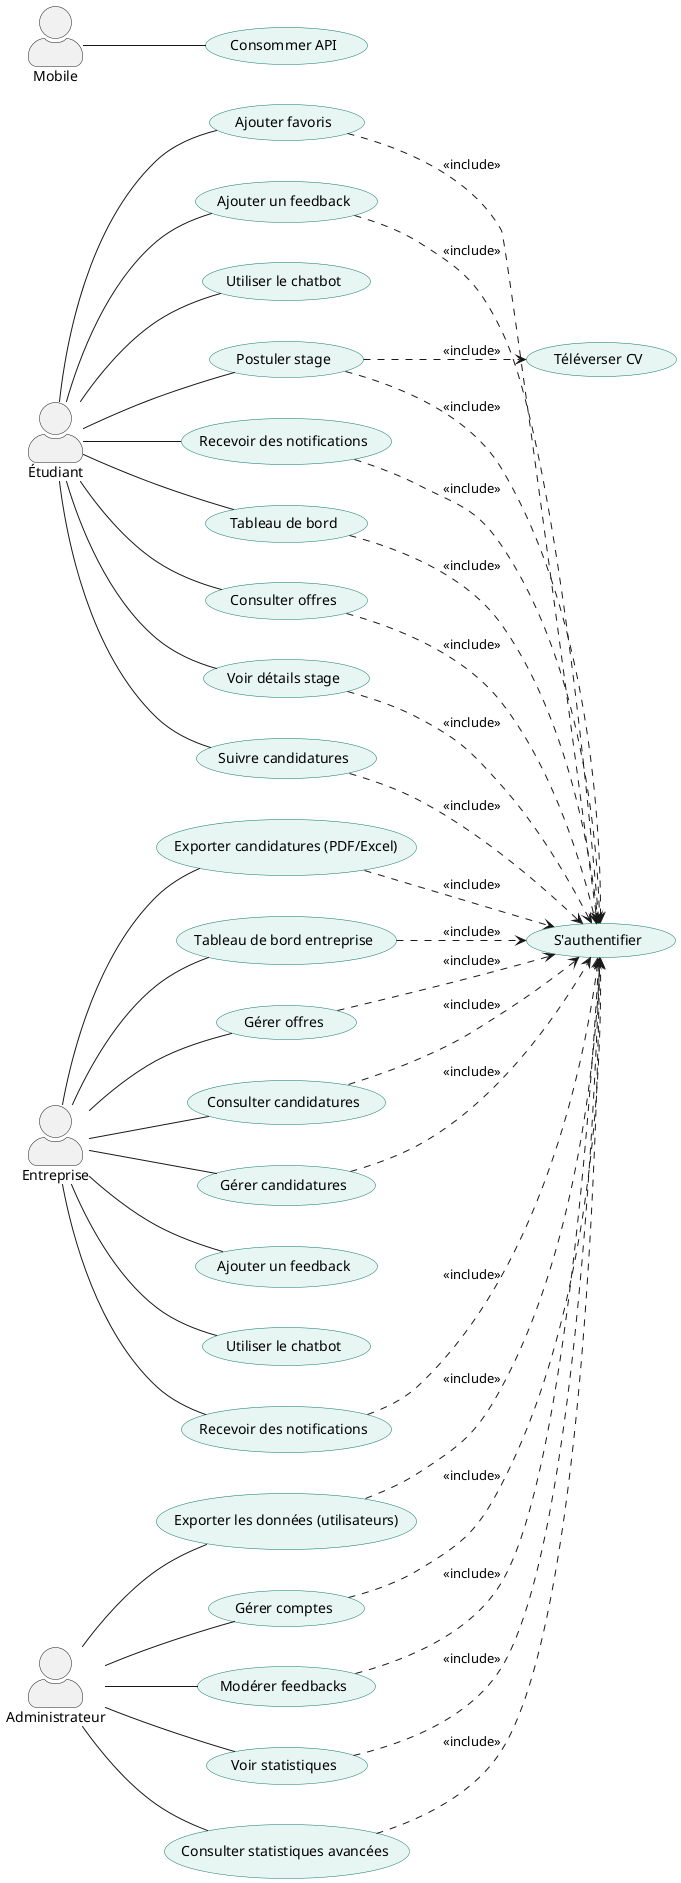
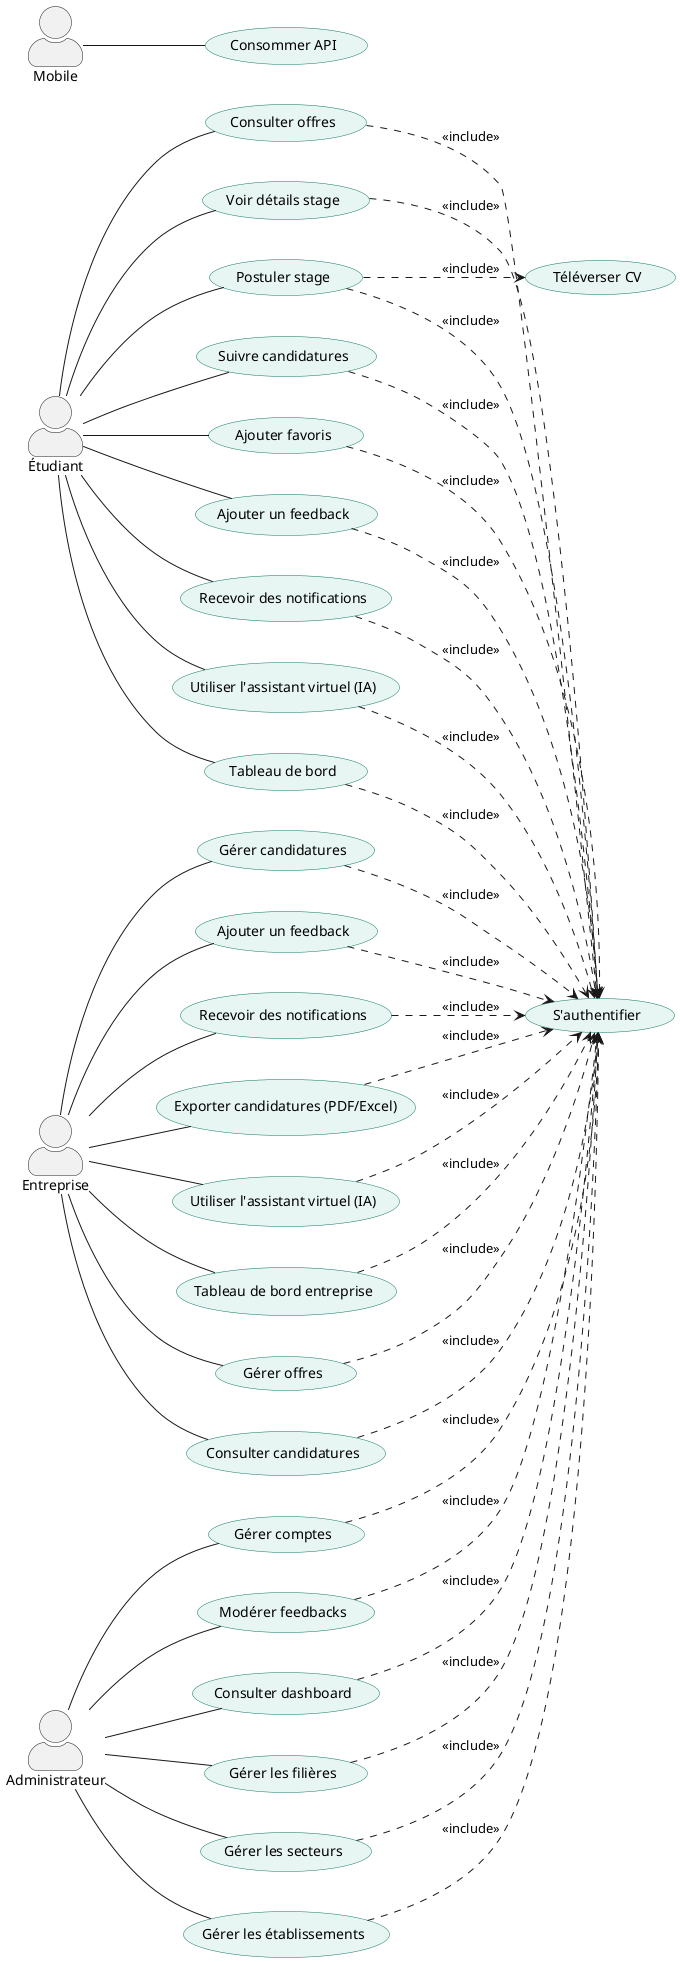
@startuml StageFlow_UseCase_Global
left to right direction
skinparam actorStyle awesome
skinparam shadowing false

skinparam usecase {
    BackgroundColor #E8F6F3
    BorderColor #117864
}

skinparam nodesep 40
skinparam ranksep 50


actor "Étudiant" as E
actor "Entreprise" as Ent
actor "Administrateur" as Admin
actor "Mobile" as Mob


'=====================
' Étudiant Use Cases
'=====================

usecase "Tableau de bord" as UC1
usecase "Consulter offres" as UC2
usecase "Voir détails stage" as UC3
usecase "Postuler stage" as UC4
usecase "Téléverser CV" as UC5
usecase "Suivre candidatures" as UC6
usecase "Ajouter favoris" as UC7
usecase "Ajouter un feedback" as UC8
usecase "Recevoir des notifications" as UC17
- usecase "Utiliser le chatbot" as UC22
+ usecase "Utiliser l'assistant virtuel (IA)" as UC22


'=====================
' Entreprise Use Cases
'=====================

usecase "Tableau de bord entreprise" as UC9
usecase "Gérer offres" as UC10
usecase "Consulter candidatures" as UC11
usecase "Gérer candidatures" as UC12
usecase "Ajouter un feedback" as UC13
usecase "Recevoir des notifications" as UC18
usecase "Exporter candidatures (PDF/Excel)" as UC20
- usecase "Utiliser le chatbot" as UC23
+ usecase "Utiliser l'assistant virtuel (IA)" as UC23


'=====================
' Admin Use Cases
'=====================

usecase "Gérer comptes" as UC14
usecase "Modérer feedbacks" as UC15
- usecase "Voir statistiques" as UC16
- usecase "Consulter statistiques avancées" as UC19
- usecase "Exporter les données (utilisateurs)" as UC21
+ usecase "Consulter dashboard" as UC16
+ usecase "Gérer les filières" as UC24
+ usecase "Gérer les secteurs" as UC25
+ usecase "Gérer les établissements" as UC26


'=====================
' Mobile API
'=====================

usecase "Consommer API" as API


'=====================
' Authentification
'=====================

usecase "S'authentifier" as Auth


'=====================
' Relations Étudiant
'=====================

E -- UC1
E -- UC2
E -- UC3
E -- UC4
E -- UC6
E -- UC7
E -- UC8
E -- UC17
E -- UC22

UC4 ..> UC5 : <<include>>


'=====================
' Relations Entreprise
'=====================

Ent -- UC9
Ent -- UC10
Ent -- UC11
Ent -- UC12
Ent -- UC13
Ent -- UC18
Ent -- UC20
Ent -- UC23


'=====================
' Relations Admin
'=====================

Admin -- UC14
Admin -- UC15
Admin -- UC16
- Admin -- UC19
- Admin -- UC21
+ Admin -- UC24
+ Admin -- UC25
+ Admin -- UC26


'=====================
' Mobile
'=====================

Mob -- API



'=====================
' Authentification includes
'=====================

UC1 ..> Auth : <<include>>
UC2 ..> Auth : <<include>>
UC3 ..> Auth : <<include>>
UC4 ..> Auth : <<include>>
UC6 ..> Auth : <<include>>
UC7 ..> Auth : <<include>>
UC8 ..> Auth : <<include>>
+ UC22 ..> Auth : <<include>>

UC9 ..> Auth : <<include>>
UC10 ..> Auth : <<include>>
UC11 ..> Auth : <<include>>
UC12 ..> Auth : <<include>>
+ UC13 ..> Auth : <<include>>
+ UC23 ..> Auth : <<include>>

UC14 ..> Auth : <<include>>
UC15 ..> Auth : <<include>>
UC16 ..> Auth : <<include>>

UC17 ..> Auth : <<include>>
UC18 ..> Auth : <<include>>
- UC19 ..> Auth : <<include>>
UC20 ..> Auth : <<include>>
- UC21 ..> Auth : <<include>>
+ UC24 ..> Auth : <<include>>
+ UC25 ..> Auth : <<include>>
+ UC26 ..> Auth : <<include>>

@enduml